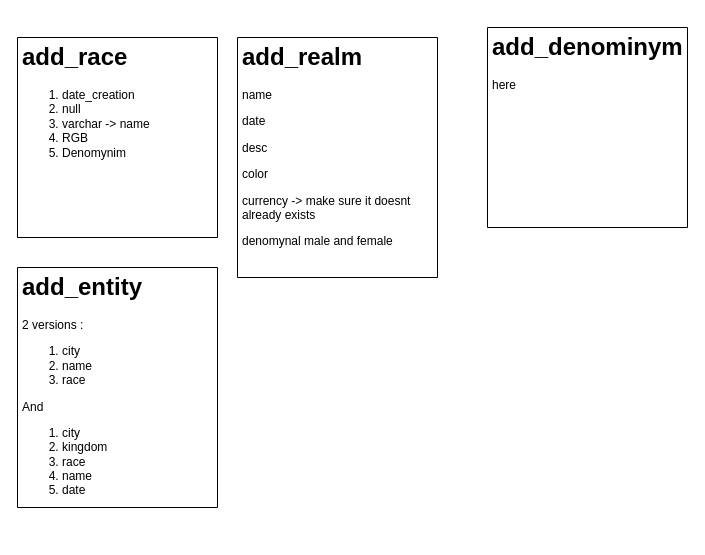
Before: page "Procedures" (3 of 3) of Conception/model_draft.drawio in WyllasSidjeno/SRPG-Database-Manager, a draw.io diagram. Source tidied: cells renumbered, new cells numbered last; positions are measured from the earlier drawing's top-left corner, leaving out a move shared by most shapes. Both pictures are drawn from the tidied source at 100%, with x=0, y=0 at pixel (17, 27).
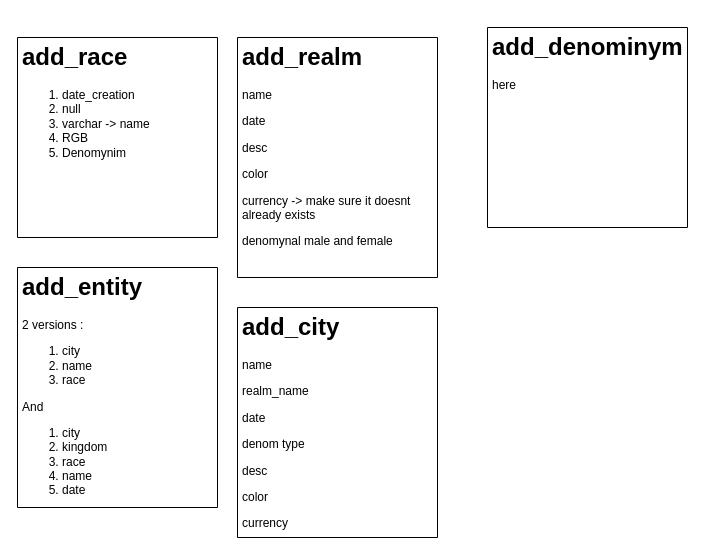
Above is the later version.

Diff of the diagram source:
```diff
@@
 <mxGraphModel>
   <root>
     <mxCell id="0" />
     <mxCell id="1" parent="0" />
     <mxCell id="2" style="swimlane;startSize=0;" parent="1" vertex="1">
       <mxGeometry y="10" width="200" height="200" as="geometry" />
     </mxCell>
     <mxCell id="3" value="&lt;h1&gt;add_race&lt;/h1&gt;&lt;div&gt;&lt;ol&gt;&lt;li&gt;date_creation&lt;/li&gt;&lt;li&gt;null&lt;/li&gt;&lt;li&gt;varchar -&amp;gt; name&lt;/li&gt;&lt;li&gt;RGB&lt;/li&gt;&lt;li&gt;Denomynim&lt;/li&gt;&lt;/ol&gt;&lt;/div&gt;&lt;p&gt;&lt;/p&gt;" style="text;html=1;strokeColor=none;fillColor=none;spacing=5;spacingTop=-20;whiteSpace=wrap;overflow=hidden;rounded=0;" parent="2" vertex="1">
       <mxGeometry width="200" height="200" as="geometry" />
     </mxCell>
     <mxCell id="4" style="swimlane;startSize=0;" parent="1" vertex="1">
       <mxGeometry x="470" width="200" height="200" as="geometry" />
     </mxCell>
     <mxCell id="5" value="&lt;h1&gt;add_denominym&lt;/h1&gt;&lt;p&gt;here&lt;/p&gt;" style="text;html=1;strokeColor=none;fillColor=none;spacing=5;spacingTop=-20;whiteSpace=wrap;overflow=hidden;rounded=0;" parent="4" vertex="1">
       <mxGeometry width="200" height="200" as="geometry" />
     </mxCell>
     <mxCell id="6" style="swimlane;startSize=0;" parent="1" vertex="1">
       <mxGeometry y="240" width="200" height="240" as="geometry" />
     </mxCell>
     <mxCell id="7" value="&lt;h1&gt;add_entity&lt;/h1&gt;&lt;div&gt;2 versions :&lt;/div&gt;&lt;div&gt;&lt;ol&gt;&lt;li&gt;city&lt;/li&gt;&lt;li&gt;name&lt;/li&gt;&lt;li&gt;race&lt;/li&gt;&lt;/ol&gt;&lt;div&gt;And&lt;/div&gt;&lt;/div&gt;&lt;div&gt;&lt;ol&gt;&lt;li&gt;city&lt;/li&gt;&lt;li&gt;kingdom&lt;/li&gt;&lt;li&gt;race&lt;/li&gt;&lt;li&gt;name&lt;/li&gt;&lt;li&gt;date&lt;/li&gt;&lt;/ol&gt;&lt;/div&gt;" style="text;html=1;strokeColor=none;fillColor=none;spacing=5;spacingTop=-20;whiteSpace=wrap;overflow=hidden;rounded=0;" parent="6" vertex="1">
       <mxGeometry width="200" height="240" as="geometry" />
     </mxCell>
     <mxCell id="8" style="swimlane;startSize=0;" parent="1" vertex="1">
       <mxGeometry x="220" y="10" width="200" height="240" as="geometry" />
     </mxCell>
     <mxCell id="9" value="&lt;h1&gt;add_realm&lt;/h1&gt;&lt;p&gt;name&lt;/p&gt;&lt;p&gt;date&lt;/p&gt;&lt;p&gt;desc&lt;/p&gt;&lt;p&gt;color&lt;/p&gt;&lt;p&gt;currency -&amp;gt; make sure it doesnt already exists&lt;/p&gt;&lt;p&gt;denomynal male and female&lt;/p&gt;&lt;p&gt;&lt;br&gt;&lt;/p&gt;" style="text;html=1;strokeColor=none;fillColor=none;spacing=5;spacingTop=-20;whiteSpace=wrap;overflow=hidden;rounded=0;" parent="8" vertex="1">
       <mxGeometry width="200" height="240" as="geometry" />
     </mxCell>
+    <mxCell id="10" style="swimlane;startSize=0;" parent="1" vertex="1">
+      <mxGeometry x="220" y="280" width="200" height="230" as="geometry" />
+    </mxCell>
+    <mxCell id="11" value="&lt;h1&gt;add_city&lt;/h1&gt;&lt;p&gt;name&lt;/p&gt;&lt;p&gt;realm_name&lt;/p&gt;&lt;p&gt;date&lt;/p&gt;&lt;p&gt;denom type&lt;/p&gt;&lt;p&gt;desc&lt;/p&gt;&lt;p&gt;color&lt;/p&gt;&lt;p&gt;currency&lt;/p&gt;" style="text;html=1;strokeColor=none;fillColor=none;spacing=5;spacingTop=-20;whiteSpace=wrap;overflow=hidden;rounded=0;" parent="10" vertex="1">
+      <mxGeometry width="200" height="230" as="geometry" />
+    </mxCell>
   </root>
 </mxGraphModel>
```
